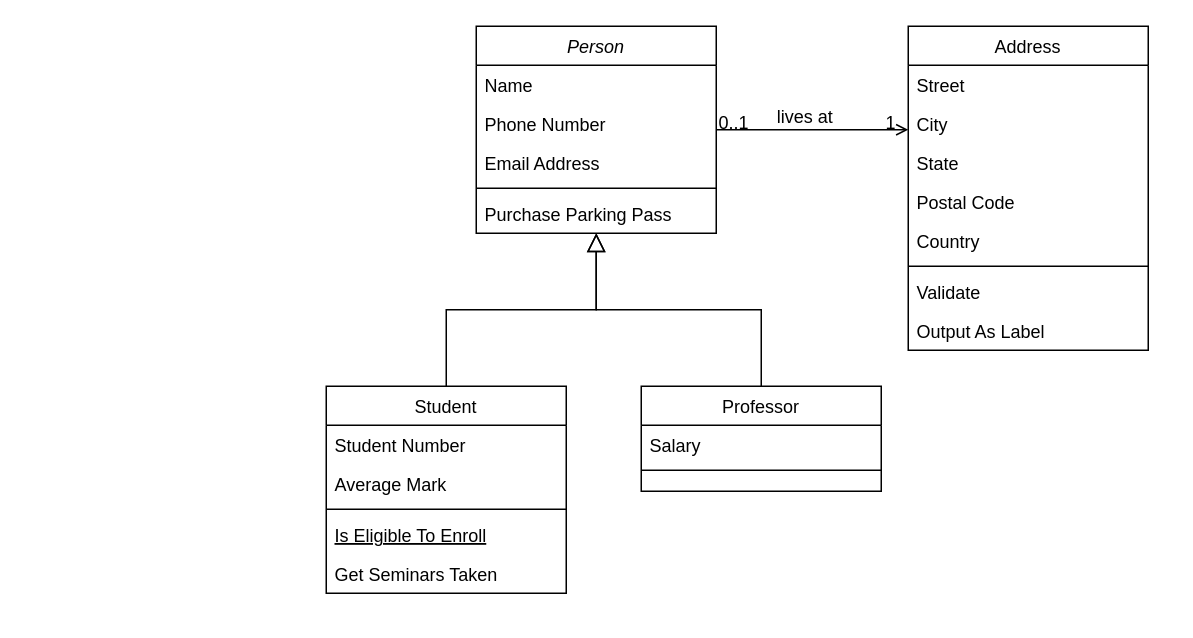
Earlier version of the draw.io diagram Diagramme sans nom.drawio (salma-abt/RAM). Source tidied: cells renumbered, new cells numbered last; positions are measured from the earlier drawing's top-left corner, leaving out a move shared by most shapes. Both pictures are drawn from the tidied source at 150%, with x=0, y=0 at pixel (326, 26).
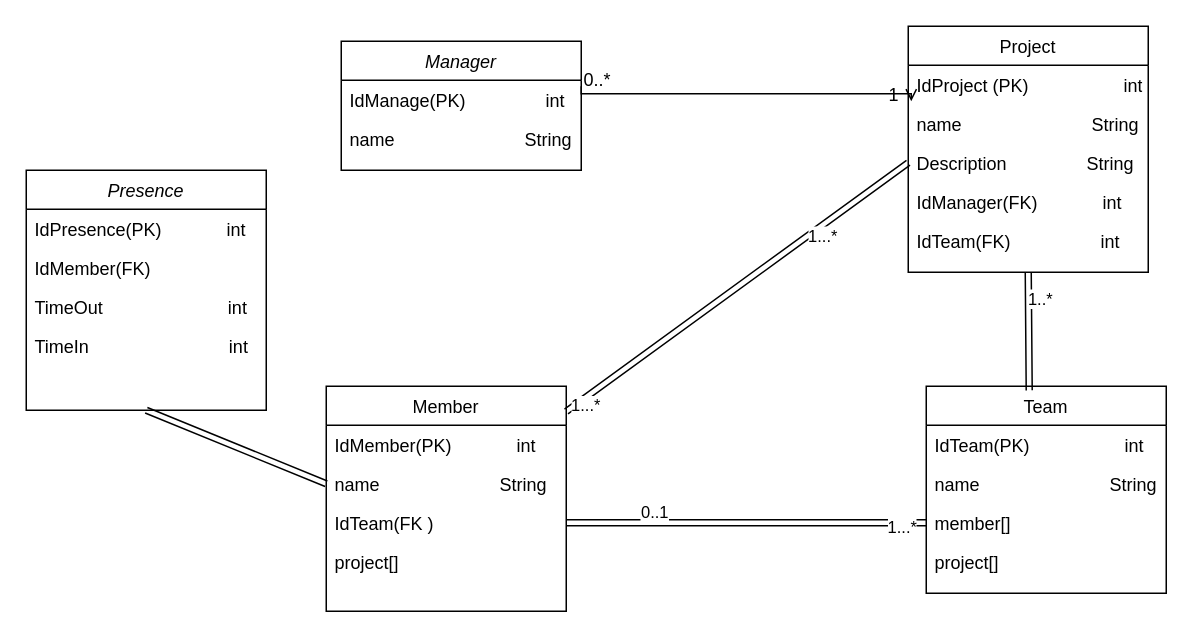
The same diagram, later.

Commit message:
Mettre à jour Diagramme sans nom.drawio

The edit, as a diff of the source:
```diff
@@
-    <mxCell id="2" value="Person" style="swimlane;fontStyle=2;align=center;verticalAlign=top;horizontal=1;startSize=26;rounded=0;shadow=0;strokeWidth=1;" parent="1" vertex="1">
-      <mxGeometry x="100" width="160" height="138" as="geometry" />
+    <mxCell id="2" value="Manager" style="swimlane;fontStyle=2;align=center;verticalAlign=top;horizontal=1;startSize=26;rounded=0;shadow=0;strokeWidth=1;" parent="1" vertex="1">
+      <mxGeometry x="10" y="10" width="160" height="86" as="geometry" />
     </mxCell>
-    <mxCell id="3" value="Name" style="text;align=left;verticalAlign=top;spacingLeft=4;spacingRight=4;overflow=hidden;" parent="2" vertex="1">
+    <mxCell id="3" value="IdManage(PK)                int" style="text;align=left;verticalAlign=top;spacingLeft=4;spacingRight=4;overflow=hidden;" parent="2" vertex="1">
       <mxGeometry y="26" width="160" height="26" as="geometry" />
     </mxCell>
-    <mxCell id="4" value="Phone Number" style="text;align=left;verticalAlign=top;spacingLeft=4;spacingRight=4;overflow=hidden;rounded=0;shadow=0;html=0;" parent="2" vertex="1">
+    <mxCell id="4" value="name                          String" style="text;align=left;verticalAlign=top;spacingLeft=4;spacingRight=4;overflow=hidden;rounded=0;shadow=0;html=0;" parent="2" vertex="1">
       <mxGeometry y="52" width="160" height="26" as="geometry" />
     </mxCell>
-    <mxCell id="5" value="Email Address" style="text;align=left;verticalAlign=top;spacingLeft=4;spacingRight=4;overflow=hidden;rounded=0;shadow=0;html=0;" parent="2" vertex="1">
-      <mxGeometry y="78" width="160" height="26" as="geometry" />
-    </mxCell>
-    <mxCell id="6" style="line;html=1;strokeWidth=1;align=left;verticalAlign=middle;spacingTop=-1;spacingLeft=3;spacingRight=3;labelPosition=right;" parent="2" vertex="1">
-      <mxGeometry y="104" width="160" height="8" as="geometry" />
-    </mxCell>
-    <mxCell id="7" value="Purchase Parking Pass" style="text;align=left;verticalAlign=top;spacingLeft=4;spacingRight=4;overflow=hidden;" parent="2" vertex="1">
-      <mxGeometry y="112" width="160" height="26" as="geometry" />
-    </mxCell>
-    <mxCell id="8" value="Student" style="swimlane;fontStyle=0;align=center;verticalAlign=top;horizontal=1;startSize=26;rounded=0;shadow=0;strokeWidth=1;" parent="1" vertex="1">
-      <mxGeometry y="240" width="160" height="138" as="geometry" />
+    <mxCell id="8" value="Team" style="swimlane;fontStyle=0;align=center;verticalAlign=top;horizontal=1;startSize=26;rounded=0;shadow=0;strokeWidth=1;" parent="1" vertex="1">
+      <mxGeometry x="400" y="240" width="160" height="138" as="geometry" />
     </mxCell>
-    <mxCell id="9" value="Student Number" style="text;align=left;verticalAlign=top;spacingLeft=4;spacingRight=4;overflow=hidden;" parent="8" vertex="1">
+    <mxCell id="9" value="IdTeam(PK)                   int " style="text;align=left;verticalAlign=top;spacingLeft=4;spacingRight=4;overflow=hidden;" parent="8" vertex="1">
       <mxGeometry y="26" width="160" height="26" as="geometry" />
     </mxCell>
-    <mxCell id="10" value="Average Mark" style="text;align=left;verticalAlign=top;spacingLeft=4;spacingRight=4;overflow=hidden;rounded=0;shadow=0;html=0;" parent="8" vertex="1">
+    <mxCell id="10" value="name                          String" style="text;align=left;verticalAlign=top;spacingLeft=4;spacingRight=4;overflow=hidden;rounded=0;shadow=0;html=0;" parent="8" vertex="1">
       <mxGeometry y="52" width="160" height="26" as="geometry" />
     </mxCell>
-    <mxCell id="11" style="line;html=1;strokeWidth=1;align=left;verticalAlign=middle;spacingTop=-1;spacingLeft=3;spacingRight=3;labelPosition=right;" parent="8" vertex="1">
-      <mxGeometry y="78" width="160" height="8" as="geometry" />
-    </mxCell>
-    <mxCell id="12" value="Is Eligible To Enroll" style="text;align=left;verticalAlign=top;spacingLeft=4;spacingRight=4;overflow=hidden;fontStyle=4;" parent="8" vertex="1">
-      <mxGeometry y="86" width="160" height="26" as="geometry" />
-    </mxCell>
-    <mxCell id="13" value="Get Seminars Taken" style="text;align=left;verticalAlign=top;spacingLeft=4;spacingRight=4;overflow=hidden;points=[[0,0.5],[1,0.5]];portConstraint=eastwest;" parent="8" vertex="1">
-      <mxGeometry y="112" width="160" height="26" as="geometry" />
+    <mxCell id="13" value="member[]" style="text;align=left;verticalAlign=top;spacingLeft=4;spacingRight=4;overflow=hidden;points=[[0,0.5],[1,0.5]];portConstraint=eastwest;" parent="8" vertex="1">
+      <mxGeometry y="78" width="160" height="26" as="geometry" />
     </mxCell>
-    <mxCell id="14" style="endArrow=block;endSize=10;endFill=0;shadow=0;strokeWidth=1;rounded=0;curved=0;edgeStyle=elbowEdgeStyle;elbow=vertical;" parent="1" edge="1" source="8" target="2">
-      <mxGeometry relative="1" as="geometry" />
-    </mxCell>
+    <mxCell id="32" value="project[]" style="text;align=left;verticalAlign=top;spacingLeft=4;spacingRight=4;overflow=hidden;" parent="8" vertex="1">
+      <mxGeometry y="104" width="160" height="26" as="geometry" />
+    </mxCell>
-    <mxCell id="15" value="Professor" style="swimlane;fontStyle=0;align=center;verticalAlign=top;horizontal=1;startSize=26;rounded=0;shadow=0;strokeWidth=1;" parent="1" vertex="1">
-      <mxGeometry x="210" y="240" width="160" height="70" as="geometry" />
+    <mxCell id="15" value="Member" style="swimlane;fontStyle=0;align=center;verticalAlign=top;horizontal=1;startSize=26;rounded=0;shadow=0;strokeWidth=1;" parent="1" vertex="1">
+      <mxGeometry y="240" width="160" height="150" as="geometry" />
     </mxCell>
-    <mxCell id="16" value="Salary" style="text;align=left;verticalAlign=top;spacingLeft=4;spacingRight=4;overflow=hidden;" parent="15" vertex="1">
+    <mxCell id="16" value="IdMember(PK)             int" style="text;align=left;verticalAlign=top;spacingLeft=4;spacingRight=4;overflow=hidden;" parent="15" vertex="1">
       <mxGeometry y="26" width="160" height="26" as="geometry" />
     </mxCell>
-    <mxCell id="17" style="line;html=1;strokeWidth=1;align=left;verticalAlign=middle;spacingTop=-1;spacingLeft=3;spacingRight=3;labelPosition=right;" parent="15" vertex="1">
-      <mxGeometry y="52" width="160" height="8" as="geometry" />
-    </mxCell>
-    <mxCell id="18" style="endArrow=block;endSize=10;endFill=0;shadow=0;strokeWidth=1;rounded=0;curved=0;edgeStyle=elbowEdgeStyle;elbow=vertical;" parent="1" edge="1" source="15" target="2">
-      <mxGeometry relative="1" as="geometry" />
-    </mxCell>
+    <mxCell id="33" value="name                        String" style="text;align=left;verticalAlign=top;spacingLeft=4;spacingRight=4;overflow=hidden;points=[[0,0.5],[1,0.5]];portConstraint=eastwest;" parent="15" vertex="1">
+      <mxGeometry y="52" width="160" height="26" as="geometry" />
+    </mxCell>
+    <mxCell id="34" value="IdTeam(FK )" style="text;align=left;verticalAlign=top;spacingLeft=4;spacingRight=4;overflow=hidden;points=[[0,0.5],[1,0.5]];portConstraint=eastwest;" parent="15" vertex="1">
+      <mxGeometry y="78" width="160" height="26" as="geometry" />
+    </mxCell>
+    <mxCell id="35" value="project[]" style="text;align=left;verticalAlign=top;spacingLeft=4;spacingRight=4;overflow=hidden;" parent="15" vertex="1">
+      <mxGeometry y="104" width="160" height="26" as="geometry" />
+    </mxCell>
-    <mxCell id="19" value="Address" style="swimlane;fontStyle=0;align=center;verticalAlign=top;horizontal=1;startSize=26;rounded=0;shadow=0;strokeWidth=1;" parent="1" vertex="1">
-      <mxGeometry x="388" width="160" height="216" as="geometry" />
+    <mxCell id="19" value="Project" style="swimlane;fontStyle=0;align=center;verticalAlign=top;horizontal=1;startSize=26;rounded=0;shadow=0;strokeWidth=1;" parent="1" vertex="1">
+      <mxGeometry x="388" width="160" height="164" as="geometry" />
     </mxCell>
-    <mxCell id="20" value="Street" style="text;align=left;verticalAlign=top;spacingLeft=4;spacingRight=4;overflow=hidden;" parent="19" vertex="1">
+    <mxCell id="20" value="IdProject (PK)                   int" style="text;align=left;verticalAlign=top;spacingLeft=4;spacingRight=4;overflow=hidden;" parent="19" vertex="1">
       <mxGeometry y="26" width="160" height="26" as="geometry" />
     </mxCell>
-    <mxCell id="21" value="City" style="text;align=left;verticalAlign=top;spacingLeft=4;spacingRight=4;overflow=hidden;rounded=0;shadow=0;html=0;" parent="19" vertex="1">
+    <mxCell id="21" value="name                          String" style="text;align=left;verticalAlign=top;spacingLeft=4;spacingRight=4;overflow=hidden;rounded=0;shadow=0;html=0;" parent="19" vertex="1">
       <mxGeometry y="52" width="160" height="26" as="geometry" />
     </mxCell>
-    <mxCell id="22" value="State" style="text;align=left;verticalAlign=top;spacingLeft=4;spacingRight=4;overflow=hidden;points=[[0,0.5],[1,0.5]];portConstraint=eastwest;rounded=0;shadow=0;html=0;" parent="19" vertex="1">
+    <mxCell id="22" value="Description                String" style="text;align=left;verticalAlign=top;spacingLeft=4;spacingRight=4;overflow=hidden;points=[[0,0.5],[1,0.5]];portConstraint=eastwest;rounded=0;shadow=0;html=0;" parent="19" vertex="1">
       <mxGeometry y="78" width="160" height="26" as="geometry" />
     </mxCell>
-    <mxCell id="23" value="Postal Code" style="text;align=left;verticalAlign=top;spacingLeft=4;spacingRight=4;overflow=hidden;rounded=0;shadow=0;html=0;" parent="19" vertex="1">
+    <mxCell id="23" value="IdManager(FK)             int " style="text;align=left;verticalAlign=top;spacingLeft=4;spacingRight=4;overflow=hidden;rounded=0;shadow=0;html=0;" parent="19" vertex="1">
       <mxGeometry y="104" width="160" height="26" as="geometry" />
     </mxCell>
-    <mxCell id="24" value="Country" style="text;align=left;verticalAlign=top;spacingLeft=4;spacingRight=4;overflow=hidden;rounded=0;shadow=0;html=0;" parent="19" vertex="1">
+    <mxCell id="24" value="IdTeam(FK)                  int" style="text;align=left;verticalAlign=top;spacingLeft=4;spacingRight=4;overflow=hidden;rounded=0;shadow=0;html=0;" parent="19" vertex="1">
       <mxGeometry y="130" width="160" height="26" as="geometry" />
     </mxCell>
-    <mxCell id="25" style="line;html=1;strokeWidth=1;align=left;verticalAlign=middle;spacingTop=-1;spacingLeft=3;spacingRight=3;labelPosition=right;" parent="19" vertex="1">
-      <mxGeometry y="156" width="160" height="8" as="geometry" />
-    </mxCell>
-    <mxCell id="26" value="Validate" style="text;align=left;verticalAlign=top;spacingLeft=4;spacingRight=4;overflow=hidden;" parent="19" vertex="1">
-      <mxGeometry y="164" width="160" height="26" as="geometry" />
-    </mxCell>
-    <mxCell id="27" value="Output As Label" style="text;align=left;verticalAlign=top;spacingLeft=4;spacingRight=4;overflow=hidden;" parent="19" vertex="1">
-      <mxGeometry y="190" width="160" height="26" as="geometry" />
-    </mxCell>
-    <mxCell id="28" style="endArrow=open;shadow=0;strokeWidth=1;rounded=0;curved=0;endFill=1;edgeStyle=elbowEdgeStyle;elbow=vertical;" parent="1" edge="1" source="2" target="19">
+    <mxCell id="28" style="endArrow=open;shadow=0;strokeWidth=1;rounded=0;curved=0;endFill=1;edgeStyle=elbowEdgeStyle;elbow=vertical;" parent="1" edge="1">
       <mxGeometry x="0.5" y="41" relative="1" as="geometry">
+        <mxPoint x="170" y="40" as="sourcePoint" />
+        <mxPoint x="390" y="50" as="targetPoint" />
         <mxPoint x="-40" y="32" as="offset" />
       </mxGeometry>
     </mxCell>
-    <mxCell id="29" value="0..1" style="align=left;verticalAlign=bottom;labelBackgroundColor=none;fontSize=12;" parent="28" vertex="1">
+    <mxCell id="29" value="0..*" style="align=left;verticalAlign=bottom;labelBackgroundColor=none;fontSize=12;" parent="28" vertex="1">
       <mxGeometry x="-1" relative="1" as="geometry">
         <mxPoint y="4" as="offset" />
       </mxGeometry>
     </mxCell>
@@
-    <mxCell id="31" value="lives at" style="text;html=1;align=center;verticalAlign=middle;labelBackgroundColor=none;rounded=0;shadow=0;strokeWidth=1;fontSize=12;" parent="28" vertex="1">
-      <mxGeometry x="0.5" y="49" relative="1" as="geometry">
-        <mxPoint x="-38" y="40" as="offset" />
-      </mxGeometry>
-    </mxCell>
+    <mxCell id="36" style="edgeStyle=none;shape=link;rounded=0;jettySize=auto;html=1;exitX=0.5;exitY=1;exitDx=0;exitDy=0;entryX=0.429;entryY=0.02;entryDx=0;entryDy=0;entryPerimeter=0;" parent="1" edge="1" source="19" target="8">
+      <mxGeometry relative="1" as="geometry" />
+    </mxCell>
+    <mxCell id="37" value="1..*" style="edgeLabel;html=1;align=center;verticalAlign=middle;" parent="36" vertex="1">
+      <mxGeometry x="-0.54" y="7" relative="1" as="geometry" />
+    </mxCell>
+    <mxCell id="38" style="edgeStyle=none;shape=link;rounded=0;jettySize=auto;html=1;exitX=0;exitY=0.5;exitDx=0;exitDy=0;" parent="1" edge="1" source="22" target="15">
+      <mxGeometry relative="1" as="geometry" />
+    </mxCell>
+    <mxCell id="39" value="1...*" style="edgeLabel;html=1;align=center;verticalAlign=middle;" parent="38" vertex="1">
+      <mxGeometry x="-0.47" y="5" relative="1" as="geometry" />
+    </mxCell>
+    <mxCell id="40" value="1...*" style="edgeLabel;html=1;align=center;verticalAlign=middle;" parent="38" vertex="1">
+      <mxGeometry x="0.91" y="4" relative="1" as="geometry" />
+    </mxCell>
+    <mxCell id="41" style="edgeStyle=none;shape=link;rounded=0;jettySize=auto;html=1;exitX=1;exitY=0.5;exitDx=0;exitDy=0;entryX=0;entryY=0.5;entryDx=0;entryDy=0;" parent="1" edge="1" source="34" target="13">
+      <mxGeometry relative="1" as="geometry" />
+    </mxCell>
+    <mxCell id="42" value="0..1" style="edgeLabel;html=1;align=center;verticalAlign=middle;" parent="41" vertex="1">
+      <mxGeometry x="-0.52" y="8" relative="1" as="geometry" />
+    </mxCell>
+    <mxCell id="43" value="1...*" style="edgeLabel;html=1;align=center;verticalAlign=middle;" parent="41" vertex="1">
+      <mxGeometry x="0.86" y="-2" relative="1" as="geometry" />
+    </mxCell>
+    <mxCell id="44" style="edgeStyle=none;shape=link;rounded=0;jettySize=auto;html=1;exitX=0.5;exitY=1;exitDx=0;exitDy=0;entryX=0;entryY=0.5;entryDx=0;entryDy=0;" parent="1" edge="1" source="45" target="33">
+      <mxGeometry relative="1" as="geometry" />
+    </mxCell>
+    <mxCell id="45" value="Presence" style="swimlane;fontStyle=2;align=center;verticalAlign=top;horizontal=1;startSize=26;rounded=0;shadow=0;strokeWidth=1;" parent="1" vertex="1">
+      <mxGeometry x="-200" y="96" width="160" height="160" as="geometry" />
+    </mxCell>
+    <mxCell id="46" value="IdPresence(PK)             int" style="text;align=left;verticalAlign=top;spacingLeft=4;spacingRight=4;overflow=hidden;" parent="45" vertex="1">
+      <mxGeometry y="26" width="160" height="26" as="geometry" />
+    </mxCell>
+    <mxCell id="47" value="IdMember(FK)" style="text;align=left;verticalAlign=top;spacingLeft=4;spacingRight=4;overflow=hidden;rounded=0;shadow=0;html=0;" parent="45" vertex="1">
+      <mxGeometry y="52" width="160" height="26" as="geometry" />
+    </mxCell>
+    <mxCell id="48" value="TimeOut                         int" style="text;align=left;verticalAlign=top;spacingLeft=4;spacingRight=4;overflow=hidden;rounded=0;shadow=0;html=0;" parent="45" vertex="1">
+      <mxGeometry y="78" width="160" height="26" as="geometry" />
+    </mxCell>
+    <mxCell id="49" value="TimeIn                            int" style="text;align=left;verticalAlign=top;spacingLeft=4;spacingRight=4;overflow=hidden;rounded=0;shadow=0;html=0;" parent="45" vertex="1">
+      <mxGeometry y="104" width="160" height="26" as="geometry" />
+    </mxCell>
```
